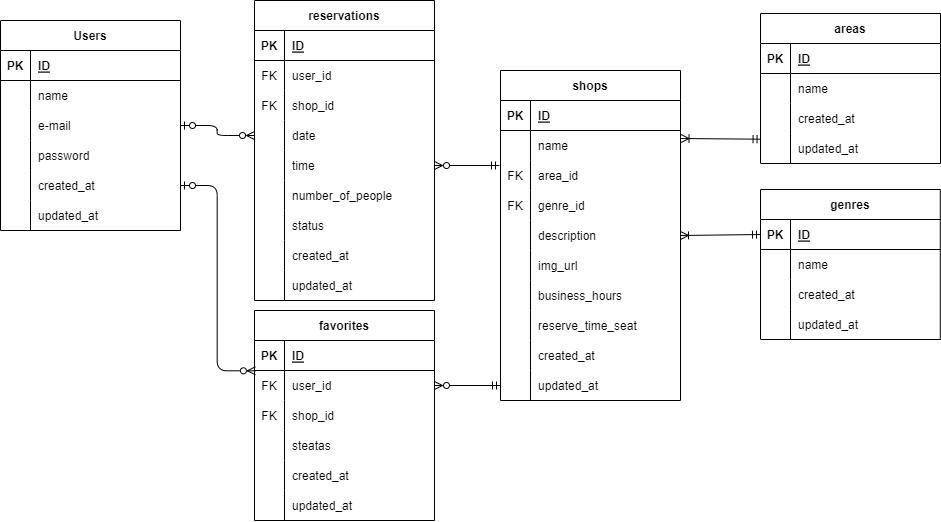
Before: ER.drawio.png, a diagram exported from draw.io (yuriF5/advance). Source tidied: cells renumbered, new cells last; positions are measured from the earlier drawing's top-left corner, leaving out a move shared by most shapes.
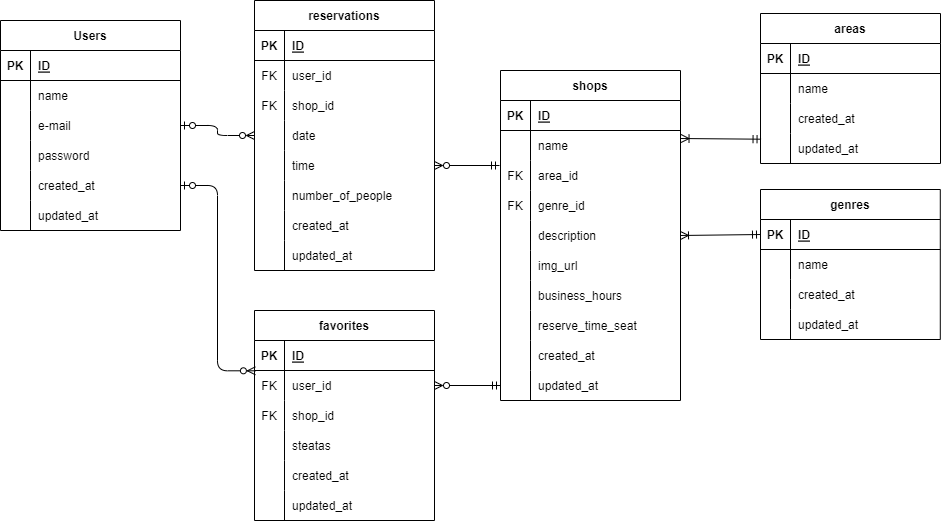
After the commit.

Change to the diagram source:
```diff
@@ -60,7 +60,7 @@
       <mxGeometry x="30" width="150" height="30" as="geometry" />
     </mxCell>
     <mxCell id="21" value="reservations" style="shape=table;startSize=30;rowLines=0;fontStyle=1;align=center;" parent="1" vertex="1">
-      <mxGeometry x="254" width="180" height="300" as="geometry" />
+      <mxGeometry x="254" width="180" height="270" as="geometry" />
     </mxCell>
     <mxCell id="22" style="shape=tableRow;horizontal=0;startSize=0;swimlaneHead=0;swimlaneBody=0;fillColor=none;top=0;left=0;right=0;bottom=1;" parent="21" vertex="1">
       <mxGeometry y="30" width="180" height="30" as="geometry" />
@@ -116,17 +116,8 @@
     <mxCell id="39" value="number_of_people" style="shape=partialRectangle;fillColor=none;top=0;left=0;bottom=0;right=0;align=left;spacingLeft=6;overflow=hidden;" parent="37" vertex="1">
       <mxGeometry x="30" width="150" height="30" as="geometry" />
     </mxCell>
-    <mxCell id="40" style="shape=tableRow;horizontal=0;startSize=0;swimlaneHead=0;swimlaneBody=0;fillColor=none;top=0;left=0;right=0;bottom=0;" parent="21" vertex="1">
-      <mxGeometry y="210" width="180" height="30" as="geometry" />
-    </mxCell>
-    <mxCell id="41" style="shape=partialRectangle;fillColor=none;top=0;left=0;bottom=0;right=0;overflow=hidden;" parent="40" vertex="1">
-      <mxGeometry width="30" height="30" as="geometry" />
-    </mxCell>
-    <mxCell id="42" value="status" style="shape=partialRectangle;fillColor=none;top=0;left=0;bottom=0;right=0;align=left;spacingLeft=6;overflow=hidden;" parent="40" vertex="1">
-      <mxGeometry x="30" width="150" height="30" as="geometry" />
-    </mxCell>
     <mxCell id="43" style="shape=tableRow;horizontal=0;startSize=0;swimlaneHead=0;swimlaneBody=0;fillColor=none;top=0;left=0;right=0;bottom=0;" parent="21" vertex="1">
-      <mxGeometry y="240" width="180" height="30" as="geometry" />
+      <mxGeometry y="210" width="180" height="30" as="geometry" />
     </mxCell>
     <mxCell id="44" style="shape=partialRectangle;fillColor=none;top=0;left=0;bottom=0;right=0;overflow=hidden;" parent="43" vertex="1">
       <mxGeometry width="30" height="30" as="geometry" />
@@ -135,7 +126,7 @@
       <mxGeometry x="30" width="150" height="30" as="geometry" />
     </mxCell>
     <mxCell id="46" style="shape=tableRow;horizontal=0;startSize=0;swimlaneHead=0;swimlaneBody=0;fillColor=none;top=0;left=0;right=0;bottom=0;" parent="21" vertex="1">
-      <mxGeometry y="270" width="180" height="30" as="geometry" />
+      <mxGeometry y="240" width="180" height="30" as="geometry" />
     </mxCell>
     <mxCell id="47" style="shape=partialRectangle;fillColor=none;top=0;left=0;bottom=0;right=0;overflow=hidden;" parent="46" vertex="1">
       <mxGeometry width="30" height="30" as="geometry" />
```
